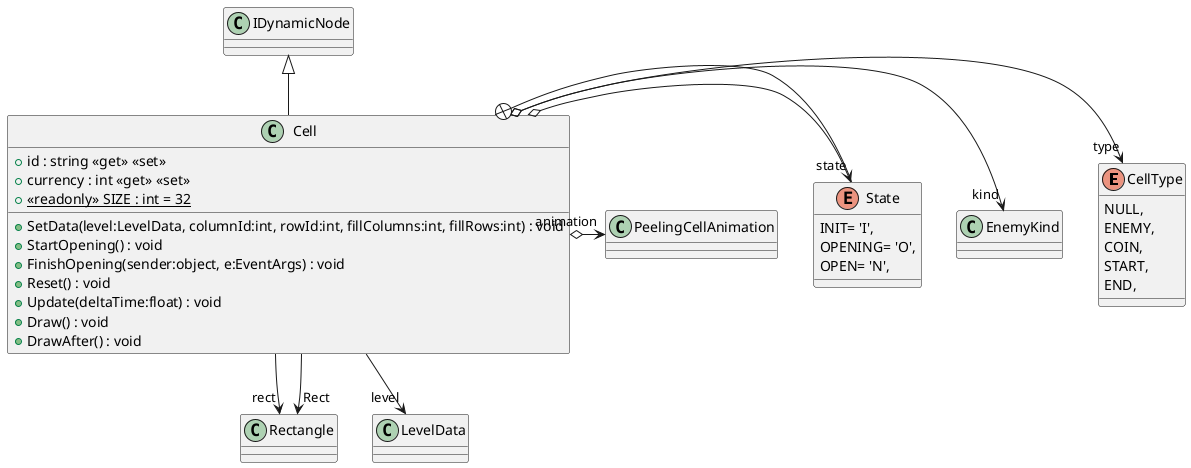
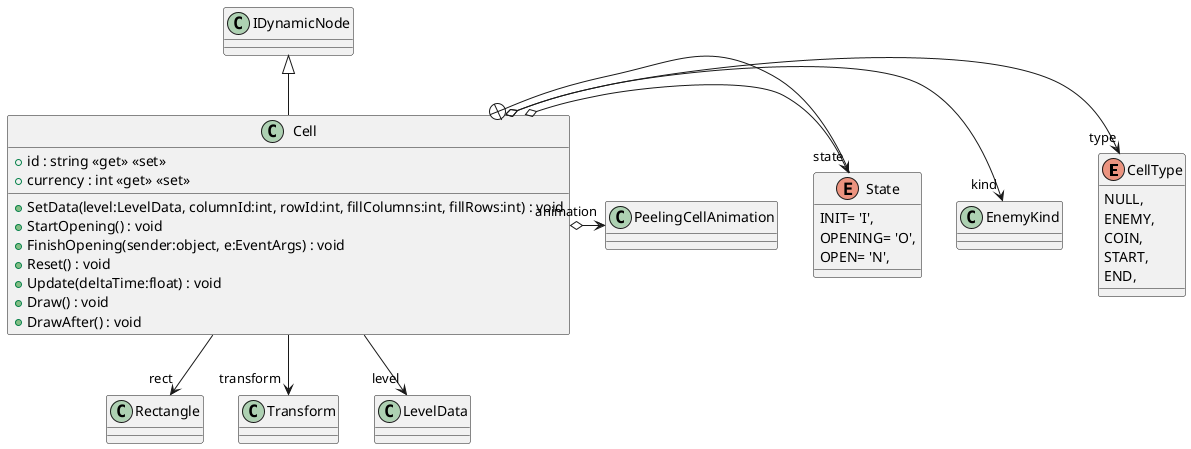
@startuml
enum CellType {
    NULL,
    ENEMY,
    COIN,
    START,
    END,
}
class Cell {
    + id : string <<get>> <<set>>
    + currency : int <<get>> <<set>>
-     + {static} <<readonly>> SIZE : int = 32
    + SetData(level:LevelData, columnId:int, rowId:int, fillColumns:int, fillRows:int) : void
    + StartOpening() : void
    + FinishOpening(sender:object, e:EventArgs) : void
    + Reset() : void
    + Update(deltaTime:float) : void
    + Draw() : void
    + DrawAfter() : void
}
enum State {
    INIT= 'I',
    OPENING= 'O',
    OPEN= 'N',
}
IDynamicNode <|-- Cell
Cell o-> "type" CellType
Cell o-> "kind" EnemyKind
Cell --> "rect" Rectangle
- Cell --> "Rect" Rectangle
+ Cell --> "transform" Transform
Cell o-> "state" State
Cell --> "level" LevelData
Cell o-> "animation" PeelingCellAnimation
Cell +-- State
@enduml
